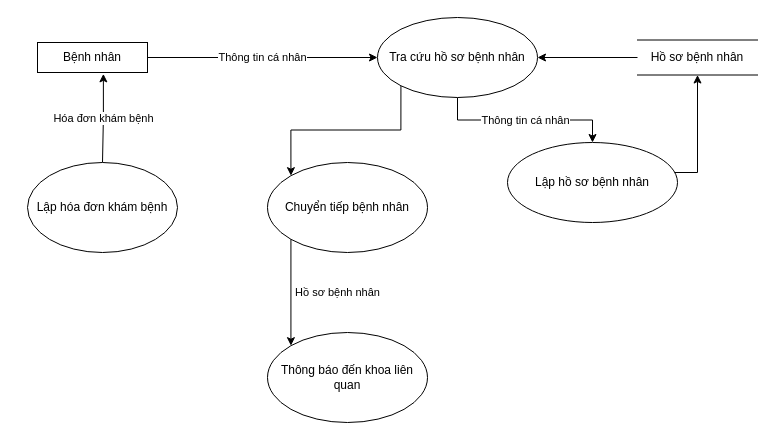
Nhatran241/HTTT keeps this draw.io diagram as DuoiDinh_TiepDon.drawio. Above is the earlier version. Source tidied: cells renumbered, new cells numbered last; positions are measured from the earlier drawing's top-left corner, leaving out a move shared by most shapes. Both pictures are drawn from the tidied source at 100%, with x=0, y=0 at pixel (27, 17).
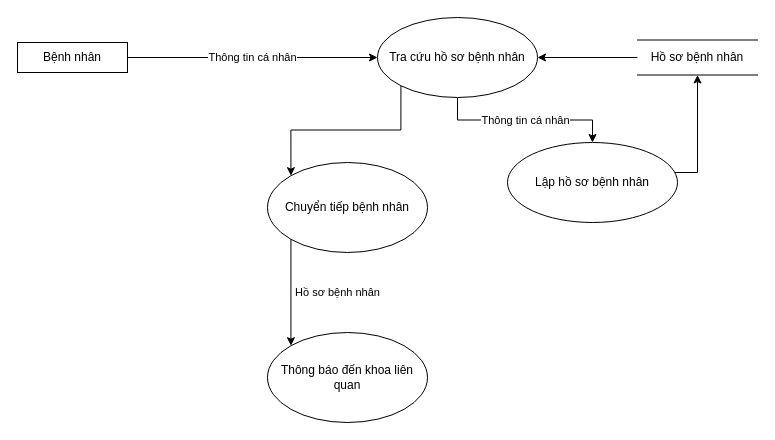
Above is the later version.

What changed in the source:
```diff
@@
 <mxGraphModel>
   <root>
     <mxCell id="0" />
     <mxCell id="1" parent="0" />
     <mxCell id="2" value="Thông tin cá nhân" style="edgeStyle=orthogonalEdgeStyle;rounded=0;jettySize=auto;html=1;" parent="1" edge="1" source="3" target="6">
       <mxGeometry relative="1" as="geometry" />
     </mxCell>
     <mxCell id="3" value="Bệnh nhân" style="rounded=0;whiteSpace=wrap;html=1;" parent="1" vertex="1">
-      <mxGeometry x="10" y="25" width="110" height="30" as="geometry" />
+      <mxGeometry x="-10" y="25" width="110" height="30" as="geometry" />
     </mxCell>
     <mxCell id="4" value="Thông tin cá nhân&lt;br&gt;" style="edgeStyle=orthogonalEdgeStyle;rounded=0;jettySize=auto;html=1;" parent="1" edge="1" source="6" target="8">
       <mxGeometry relative="1" as="geometry" />
     </mxCell>
     <mxCell id="5" style="edgeStyle=orthogonalEdgeStyle;rounded=0;jettySize=auto;html=1;exitX=0;exitY=1;exitDx=0;exitDy=0;entryX=0;entryY=0;entryDx=0;entryDy=0;" parent="1" edge="1" source="6" target="12">
       <mxGeometry relative="1" as="geometry" />
     </mxCell>
     <mxCell id="6" value="Tra cứu hồ sơ bệnh nhân" style="ellipse;whiteSpace=wrap;html=1;" parent="1" vertex="1">
       <mxGeometry x="350" width="160" height="80" as="geometry" />
     </mxCell>
     <mxCell id="7" style="edgeStyle=orthogonalEdgeStyle;rounded=0;jettySize=auto;html=1;entryX=0.5;entryY=1;entryDx=0;entryDy=0;" parent="1" edge="1" source="8" target="10">
       <mxGeometry relative="1" as="geometry">
         <Array as="points">
           <mxPoint x="670" y="155" />
         </Array>
       </mxGeometry>
     </mxCell>
     <mxCell id="8" value="Lập hồ sơ bệnh nhân" style="ellipse;whiteSpace=wrap;html=1;" parent="1" vertex="1">
       <mxGeometry x="480" y="125" width="170" height="80" as="geometry" />
     </mxCell>
     <mxCell id="9" style="edgeStyle=orthogonalEdgeStyle;rounded=0;jettySize=auto;html=1;entryX=1;entryY=0.5;entryDx=0;entryDy=0;" parent="1" edge="1" source="10" target="6">
       <mxGeometry relative="1" as="geometry" />
     </mxCell>
     <mxCell id="10" value="Hồ sơ bệnh nhân" style="shape=partialRectangle;whiteSpace=wrap;html=1;left=0;right=0;fillColor=none;" parent="1" vertex="1">
       <mxGeometry x="610" y="22.5" width="120" height="35" as="geometry" />
     </mxCell>
     <mxCell id="11" value="Hồ sơ bệnh nhân" style="edgeStyle=orthogonalEdgeStyle;rounded=0;jettySize=auto;html=1;exitX=0;exitY=1;exitDx=0;exitDy=0;entryX=0;entryY=0;entryDx=0;entryDy=0;" parent="1" edge="1" source="12" target="13">
       <mxGeometry y="47" relative="1" as="geometry" />
     </mxCell>
     <mxCell id="12" value="Chuyển tiếp bệnh nhân" style="ellipse;whiteSpace=wrap;html=1;" parent="1" vertex="1">
       <mxGeometry x="240" y="145" width="160" height="90" as="geometry" />
     </mxCell>
     <mxCell id="13" value="Thông báo đến khoa liên quan" style="ellipse;whiteSpace=wrap;html=1;" parent="1" vertex="1">
       <mxGeometry x="240" y="315" width="160" height="90" as="geometry" />
     </mxCell>
-    <mxCell id="14" value="Hóa đơn khám bệnh" style="edgeStyle=orthogonalEdgeStyle;rounded=0;jettySize=auto;html=1;entryX=0.599;entryY=1.045;entryDx=0;entryDy=0;entryPerimeter=0;" parent="1" edge="1" source="15" target="3">
-      <mxGeometry relative="1" as="geometry">
-        <Array as="points">
-          <mxPoint x="75" y="100" />
-        </Array>
-      </mxGeometry>
-    </mxCell>
-    <mxCell id="15" value="Lập hóa đơn khám bệnh" style="ellipse;whiteSpace=wrap;html=1;" parent="1" vertex="1">
-      <mxGeometry y="145" width="150" height="90" as="geometry" />
-    </mxCell>
   </root>
 </mxGraphModel>
```
